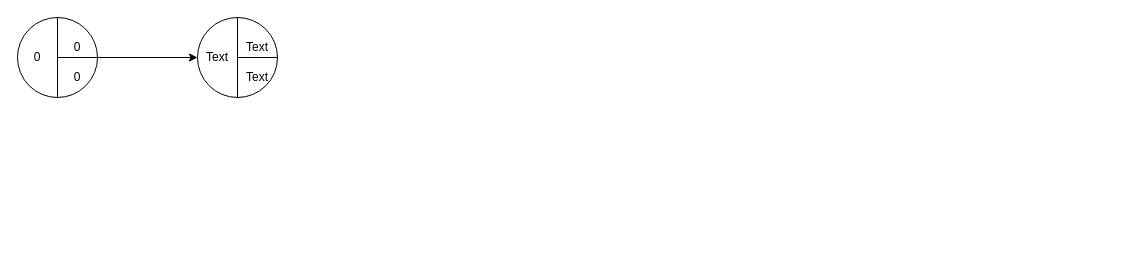
This is IngenieriaSoftware/Practica2/ej1.drawio from Luchit0-afk/Diagramas, a draw.io file, before an edit. Source tidied: cells renumbered, new cells numbered last; positions are measured from the earlier drawing's top-left corner, leaving out a move shared by most shapes. Both pictures are drawn from the tidied source at 100%, with x=0, y=0 at pixel (17, 17).
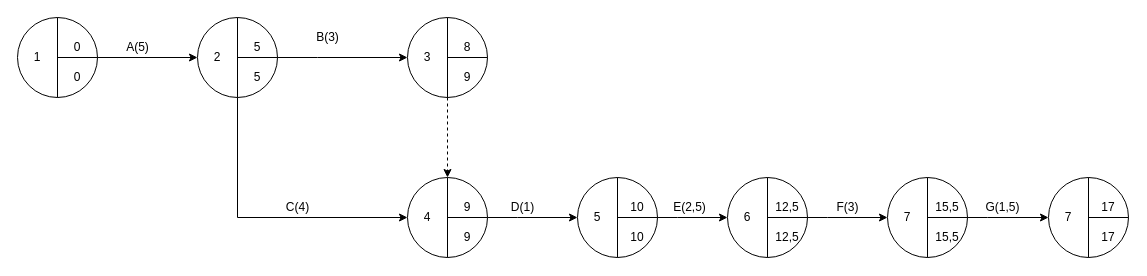
Above is the later version.

The change refers to these unchanged cells:
```xml
<mxCell id="8" style="ellipse;whiteSpace=wrap;html=1;" parent="1" vertex="1">
  <mxGeometry x="180" width="80" height="80" as="geometry" />
</mxCell>
```

Diff of the diagram source:
```diff
@@
-    <mxCell id="7" value="0" style="text;html=1;strokeColor=none;fillColor=none;align=center;verticalAlign=middle;whiteSpace=wrap;rounded=0;" parent="1" vertex="1">
+    <mxCell id="7" value="1" style="text;html=1;strokeColor=none;fillColor=none;align=center;verticalAlign=middle;whiteSpace=wrap;rounded=0;" parent="1" vertex="1">
       <mxGeometry y="30" width="40" height="20" as="geometry" />
     </mxCell>
+    <mxCell id="15" style="edgeStyle=orthogonalEdgeStyle;rounded=0;jettySize=auto;html=1;exitX=0.5;exitY=1;exitDx=0;exitDy=0;entryX=0;entryY=0.5;entryDx=0;entryDy=0;" parent="1" edge="1" source="8" target="31">
+      <mxGeometry relative="1" as="geometry" />
+    </mxCell>
@@
+    <mxCell id="16" style="edgeStyle=orthogonalEdgeStyle;rounded=0;jettySize=auto;html=1;exitX=1;exitY=1;exitDx=0;exitDy=0;entryX=0;entryY=0.5;entryDx=0;entryDy=0;" parent="1" edge="1" source="11" target="24">
+      <mxGeometry relative="1" as="geometry">
+        <Array as="points">
+          <mxPoint x="300" y="40" />
+          <mxPoint x="300" y="40" />
+        </Array>
+      </mxGeometry>
+    </mxCell>
-    <mxCell id="11" value="Text" style="text;html=1;strokeColor=none;fillColor=none;align=center;verticalAlign=middle;whiteSpace=wrap;rounded=0;" parent="1" vertex="1">
+    <mxCell id="11" value="5" style="text;html=1;strokeColor=none;fillColor=none;align=center;verticalAlign=middle;whiteSpace=wrap;rounded=0;" parent="1" vertex="1">
       <mxGeometry x="220" y="20" width="40" height="20" as="geometry" />
     </mxCell>
-    <mxCell id="12" value="Text" style="text;html=1;strokeColor=none;fillColor=none;align=center;verticalAlign=middle;whiteSpace=wrap;rounded=0;" parent="1" vertex="1">
+    <mxCell id="12" value="5" style="text;html=1;strokeColor=none;fillColor=none;align=center;verticalAlign=middle;whiteSpace=wrap;rounded=0;" parent="1" vertex="1">
       <mxGeometry x="220" y="50" width="40" height="20" as="geometry" />
     </mxCell>
-    <mxCell id="13" value="Text" style="text;html=1;strokeColor=none;fillColor=none;align=center;verticalAlign=middle;whiteSpace=wrap;rounded=0;" parent="1" vertex="1">
+    <mxCell id="13" value="2" style="text;html=1;strokeColor=none;fillColor=none;align=center;verticalAlign=middle;whiteSpace=wrap;rounded=0;" parent="1" vertex="1">
       <mxGeometry x="180" y="30" width="40" height="20" as="geometry" />
     </mxCell>
@@
+    <mxCell id="17" value="A(5)" style="text;html=1;align=center;verticalAlign=middle;strokeColor=none;fillColor=none;" parent="1" vertex="1">
+      <mxGeometry x="100" y="20" width="40" height="20" as="geometry" />
+    </mxCell>
+    <mxCell id="18" style="ellipse;whiteSpace=wrap;html=1;" parent="1" vertex="1">
+      <mxGeometry x="390" width="80" height="80" as="geometry" />
+    </mxCell>
+    <mxCell id="19" style="endArrow=none;html=1;entryX=0.5;entryY=0;entryDx=0;entryDy=0;exitX=0.5;exitY=1;exitDx=0;exitDy=0;" parent="1" edge="1" source="18" target="18">
+      <mxGeometry relative="1" as="geometry" />
+    </mxCell>
+    <mxCell id="20" style="endArrow=none;html=1;entryX=1;entryY=0.5;entryDx=0;entryDy=0;" parent="1" edge="1" target="18">
+      <mxGeometry relative="1" as="geometry">
+        <mxPoint x="430" y="40" as="sourcePoint" />
+      </mxGeometry>
+    </mxCell>
+    <mxCell id="21" style="edgeStyle=orthogonalEdgeStyle;rounded=0;jettySize=auto;html=1;exitX=1;exitY=1;exitDx=0;exitDy=0;entryX=0;entryY=0.5;entryDx=0;entryDy=0;" parent="1" edge="1" source="29" target="40">
+      <mxGeometry relative="1" as="geometry">
+        <Array as="points">
+          <mxPoint x="500" y="200" />
+          <mxPoint x="500" y="200" />
+        </Array>
+      </mxGeometry>
+    </mxCell>
+    <mxCell id="22" value="8" style="text;html=1;strokeColor=none;fillColor=none;align=center;verticalAlign=middle;whiteSpace=wrap;rounded=0;" parent="1" vertex="1">
+      <mxGeometry x="430" y="20" width="40" height="20" as="geometry" />
+    </mxCell>
+    <mxCell id="23" value="9" style="text;html=1;strokeColor=none;fillColor=none;align=center;verticalAlign=middle;whiteSpace=wrap;rounded=0;" parent="1" vertex="1">
+      <mxGeometry x="430" y="50" width="40" height="20" as="geometry" />
+    </mxCell>
+    <mxCell id="24" value="3" style="text;html=1;strokeColor=none;fillColor=none;align=center;verticalAlign=middle;whiteSpace=wrap;rounded=0;" parent="1" vertex="1">
+      <mxGeometry x="390" y="30" width="40" height="20" as="geometry" />
+    </mxCell>
+    <mxCell id="25" value="B(3)" style="text;html=1;align=center;verticalAlign=middle;strokeColor=none;fillColor=none;" parent="1" vertex="1">
+      <mxGeometry x="290" y="10" width="40" height="20" as="geometry" />
+    </mxCell>
+    <mxCell id="26" style="ellipse;whiteSpace=wrap;html=1;" parent="1" vertex="1">
+      <mxGeometry x="390" y="160" width="80" height="80" as="geometry" />
+    </mxCell>
+    <mxCell id="27" style="endArrow=none;html=1;entryX=0.5;entryY=0;entryDx=0;entryDy=0;exitX=0.5;exitY=1;exitDx=0;exitDy=0;" parent="1" edge="1" source="26" target="26">
+      <mxGeometry relative="1" as="geometry" />
+    </mxCell>
+    <mxCell id="28" style="endArrow=none;html=1;entryX=1;entryY=0.5;entryDx=0;entryDy=0;" parent="1" edge="1" target="26">
+      <mxGeometry relative="1" as="geometry">
+        <mxPoint x="430" y="200" as="sourcePoint" />
+      </mxGeometry>
+    </mxCell>
+    <mxCell id="29" value="9" style="text;html=1;strokeColor=none;fillColor=none;align=center;verticalAlign=middle;whiteSpace=wrap;rounded=0;" parent="1" vertex="1">
+      <mxGeometry x="430" y="180" width="40" height="20" as="geometry" />
+    </mxCell>
+    <mxCell id="30" value="9" style="text;html=1;strokeColor=none;fillColor=none;align=center;verticalAlign=middle;whiteSpace=wrap;rounded=0;" parent="1" vertex="1">
+      <mxGeometry x="430" y="210" width="40" height="20" as="geometry" />
+    </mxCell>
+    <mxCell id="31" value="4" style="text;html=1;strokeColor=none;fillColor=none;align=center;verticalAlign=middle;whiteSpace=wrap;rounded=0;" parent="1" vertex="1">
+      <mxGeometry x="390" y="190" width="40" height="20" as="geometry" />
+    </mxCell>
+    <mxCell id="32" value="C(4)" style="text;html=1;align=center;verticalAlign=middle;strokeColor=none;fillColor=none;" parent="1" vertex="1">
+      <mxGeometry x="260" y="180" width="40" height="20" as="geometry" />
+    </mxCell>
+    <mxCell id="33" style="html=1;labelBackgroundColor=#ffffff;startArrow=none;startFill=0;startSize=6;endArrow=classic;endFill=1;endSize=6;jettySize=auto;orthogonalLoop=1;strokeWidth=1;dashed=1;fontSize=14;" parent="1" edge="1">
+      <mxGeometry relative="1" as="geometry">
+        <mxPoint x="430" y="80" as="sourcePoint" />
+        <mxPoint x="430" y="160" as="targetPoint" />
+      </mxGeometry>
+    </mxCell>
+    <mxCell id="34" style="ellipse;whiteSpace=wrap;html=1;" parent="1" vertex="1">
+      <mxGeometry x="560" y="160" width="80" height="80" as="geometry" />
+    </mxCell>
+    <mxCell id="35" style="endArrow=none;html=1;entryX=0.5;entryY=0;entryDx=0;entryDy=0;exitX=0.5;exitY=1;exitDx=0;exitDy=0;" parent="1" edge="1" source="34" target="34">
+      <mxGeometry relative="1" as="geometry" />
+    </mxCell>
+    <mxCell id="36" style="endArrow=none;html=1;entryX=1;entryY=0.5;entryDx=0;entryDy=0;" parent="1" edge="1" target="34">
+      <mxGeometry relative="1" as="geometry">
+        <mxPoint x="600" y="200" as="sourcePoint" />
+      </mxGeometry>
+    </mxCell>
+    <mxCell id="37" style="edgeStyle=orthogonalEdgeStyle;rounded=0;jettySize=auto;html=1;exitX=1;exitY=1;exitDx=0;exitDy=0;entryX=0;entryY=0.5;entryDx=0;entryDy=0;" parent="1" edge="1" source="38" target="48">
+      <mxGeometry relative="1" as="geometry">
+        <Array as="points">
+          <mxPoint x="660" y="200" />
+          <mxPoint x="660" y="200" />
+        </Array>
+      </mxGeometry>
+    </mxCell>
+    <mxCell id="38" value="10" style="text;html=1;strokeColor=none;fillColor=none;align=center;verticalAlign=middle;whiteSpace=wrap;rounded=0;" parent="1" vertex="1">
+      <mxGeometry x="600" y="180" width="40" height="20" as="geometry" />
+    </mxCell>
+    <mxCell id="39" value="10" style="text;html=1;strokeColor=none;fillColor=none;align=center;verticalAlign=middle;whiteSpace=wrap;rounded=0;" parent="1" vertex="1">
+      <mxGeometry x="600" y="210" width="40" height="20" as="geometry" />
+    </mxCell>
+    <mxCell id="40" value="5" style="text;html=1;strokeColor=none;fillColor=none;align=center;verticalAlign=middle;whiteSpace=wrap;rounded=0;" parent="1" vertex="1">
+      <mxGeometry x="560" y="190" width="40" height="20" as="geometry" />
+    </mxCell>
+    <mxCell id="41" value="D(1)" style="text;html=1;align=center;verticalAlign=middle;strokeColor=none;fillColor=none;" parent="1" vertex="1">
+      <mxGeometry x="485" y="180" width="40" height="20" as="geometry" />
+    </mxCell>
+    <mxCell id="42" style="ellipse;whiteSpace=wrap;html=1;" parent="1" vertex="1">
+      <mxGeometry x="710" y="160" width="80" height="80" as="geometry" />
+    </mxCell>
+    <mxCell id="43" style="endArrow=none;html=1;entryX=0.5;entryY=0;entryDx=0;entryDy=0;exitX=0.5;exitY=1;exitDx=0;exitDy=0;" parent="1" edge="1" source="42" target="42">
+      <mxGeometry relative="1" as="geometry" />
+    </mxCell>
+    <mxCell id="44" style="endArrow=none;html=1;entryX=1;entryY=0.5;entryDx=0;entryDy=0;" parent="1" edge="1" target="42">
+      <mxGeometry relative="1" as="geometry">
+        <mxPoint x="750" y="200" as="sourcePoint" />
+      </mxGeometry>
+    </mxCell>
+    <mxCell id="45" style="edgeStyle=orthogonalEdgeStyle;rounded=0;jettySize=auto;html=1;exitX=1;exitY=1;exitDx=0;exitDy=0;entryX=0;entryY=0.5;entryDx=0;entryDy=0;" parent="1" edge="1" source="46" target="56">
+      <mxGeometry relative="1" as="geometry">
+        <Array as="points">
+          <mxPoint x="810" y="200" />
+          <mxPoint x="810" y="200" />
+        </Array>
+      </mxGeometry>
+    </mxCell>
+    <mxCell id="46" value="12,5" style="text;html=1;strokeColor=none;fillColor=none;align=center;verticalAlign=middle;whiteSpace=wrap;rounded=0;" parent="1" vertex="1">
+      <mxGeometry x="750" y="180" width="40" height="20" as="geometry" />
+    </mxCell>
+    <mxCell id="47" value="12,5" style="text;html=1;strokeColor=none;fillColor=none;align=center;verticalAlign=middle;whiteSpace=wrap;rounded=0;" parent="1" vertex="1">
+      <mxGeometry x="750" y="210" width="40" height="20" as="geometry" />
+    </mxCell>
+    <mxCell id="48" value="6" style="text;html=1;strokeColor=none;fillColor=none;align=center;verticalAlign=middle;whiteSpace=wrap;rounded=0;" parent="1" vertex="1">
+      <mxGeometry x="710" y="190" width="40" height="20" as="geometry" />
+    </mxCell>
+    <mxCell id="49" value="E(2,5)" style="text;html=1;align=center;verticalAlign=middle;strokeColor=none;fillColor=none;" parent="1" vertex="1">
+      <mxGeometry x="647" y="180" width="50" height="20" as="geometry" />
+    </mxCell>
+    <mxCell id="50" style="ellipse;whiteSpace=wrap;html=1;" parent="1" vertex="1">
+      <mxGeometry x="870" y="160" width="80" height="80" as="geometry" />
+    </mxCell>
+    <mxCell id="51" style="endArrow=none;html=1;entryX=0.5;entryY=0;entryDx=0;entryDy=0;exitX=0.5;exitY=1;exitDx=0;exitDy=0;" parent="1" edge="1" source="50" target="50">
+      <mxGeometry relative="1" as="geometry" />
+    </mxCell>
+    <mxCell id="52" style="endArrow=none;html=1;entryX=1;entryY=0.5;entryDx=0;entryDy=0;" parent="1" edge="1" target="50">
+      <mxGeometry relative="1" as="geometry">
+        <mxPoint x="910" y="200" as="sourcePoint" />
+      </mxGeometry>
+    </mxCell>
+    <mxCell id="53" style="edgeStyle=orthogonalEdgeStyle;rounded=0;jettySize=auto;html=1;exitX=1;exitY=1;exitDx=0;exitDy=0;entryX=0;entryY=0.5;entryDx=0;entryDy=0;" parent="1" edge="1" source="54" target="63">
+      <mxGeometry relative="1" as="geometry">
+        <Array as="points">
+          <mxPoint x="970" y="200" />
+          <mxPoint x="970" y="200" />
+        </Array>
+      </mxGeometry>
+    </mxCell>
+    <mxCell id="54" value="15,5" style="text;html=1;strokeColor=none;fillColor=none;align=center;verticalAlign=middle;whiteSpace=wrap;rounded=0;" parent="1" vertex="1">
+      <mxGeometry x="910" y="180" width="40" height="20" as="geometry" />
+    </mxCell>
+    <mxCell id="55" value="15,5" style="text;html=1;strokeColor=none;fillColor=none;align=center;verticalAlign=middle;whiteSpace=wrap;rounded=0;" parent="1" vertex="1">
+      <mxGeometry x="910" y="210" width="40" height="20" as="geometry" />
+    </mxCell>
+    <mxCell id="56" value="7" style="text;html=1;strokeColor=none;fillColor=none;align=center;verticalAlign=middle;whiteSpace=wrap;rounded=0;" parent="1" vertex="1">
+      <mxGeometry x="870" y="190" width="40" height="20" as="geometry" />
+    </mxCell>
+    <mxCell id="57" value="F(3)" style="text;html=1;align=center;verticalAlign=middle;strokeColor=none;fillColor=none;" parent="1" vertex="1">
+      <mxGeometry x="810" y="180" width="40" height="20" as="geometry" />
+    </mxCell>
+    <mxCell id="58" style="ellipse;whiteSpace=wrap;html=1;" parent="1" vertex="1">
+      <mxGeometry x="1031" y="160" width="80" height="80" as="geometry" />
+    </mxCell>
+    <mxCell id="59" style="endArrow=none;html=1;entryX=0.5;entryY=0;entryDx=0;entryDy=0;exitX=0.5;exitY=1;exitDx=0;exitDy=0;" parent="1" edge="1" source="58" target="58">
+      <mxGeometry relative="1" as="geometry" />
+    </mxCell>
+    <mxCell id="60" style="endArrow=none;html=1;entryX=1;entryY=0.5;entryDx=0;entryDy=0;" parent="1" edge="1" target="58">
+      <mxGeometry relative="1" as="geometry">
+        <mxPoint x="1071" y="200" as="sourcePoint" />
+      </mxGeometry>
+    </mxCell>
+    <mxCell id="61" value="17" style="text;html=1;strokeColor=none;fillColor=none;align=center;verticalAlign=middle;whiteSpace=wrap;rounded=0;" parent="1" vertex="1">
+      <mxGeometry x="1071" y="180" width="40" height="20" as="geometry" />
+    </mxCell>
+    <mxCell id="62" value="17" style="text;html=1;strokeColor=none;fillColor=none;align=center;verticalAlign=middle;whiteSpace=wrap;rounded=0;" parent="1" vertex="1">
+      <mxGeometry x="1071" y="210" width="40" height="20" as="geometry" />
+    </mxCell>
+    <mxCell id="63" value="7" style="text;html=1;strokeColor=none;fillColor=none;align=center;verticalAlign=middle;whiteSpace=wrap;rounded=0;" parent="1" vertex="1">
+      <mxGeometry x="1031" y="190" width="40" height="20" as="geometry" />
+    </mxCell>
+    <mxCell id="64" value="G(1,5)" style="text;html=1;align=center;verticalAlign=middle;strokeColor=none;fillColor=none;" parent="1" vertex="1">
+      <mxGeometry x="960" y="180" width="50" height="20" as="geometry" />
+    </mxCell>
```
